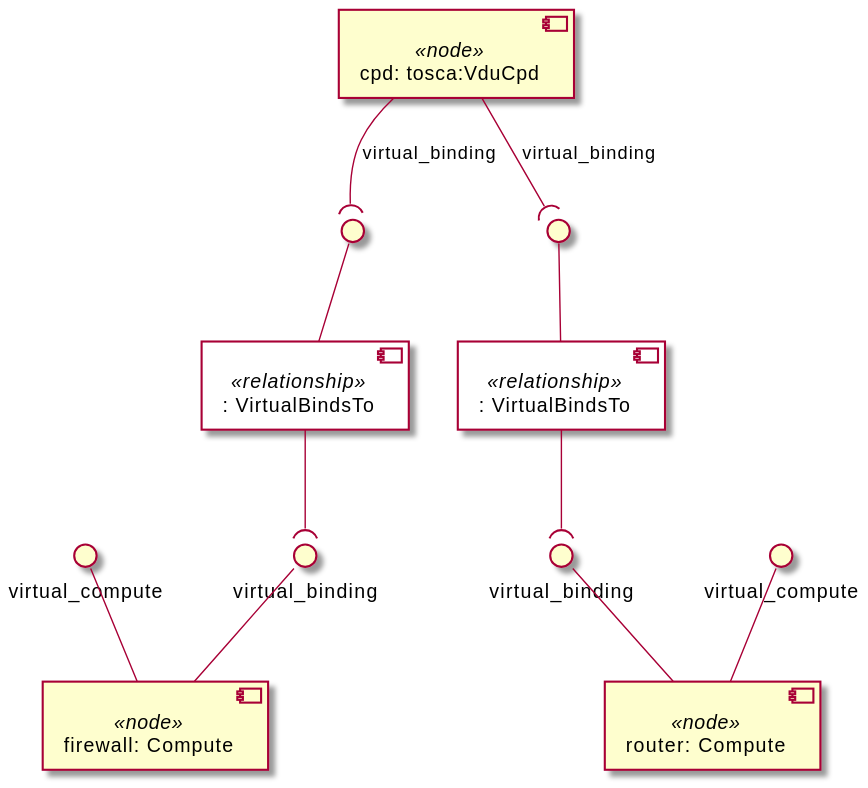
The PlantUML diagram examples/tosca-community-contributions/diagrams/uml2/examples-1.2-simple-for-nfv-simple-for-nfv-uml2-component-diagram2.svg in Orange-OpenSource/Cloudnet-TOSCA-toolbox, before a commit.
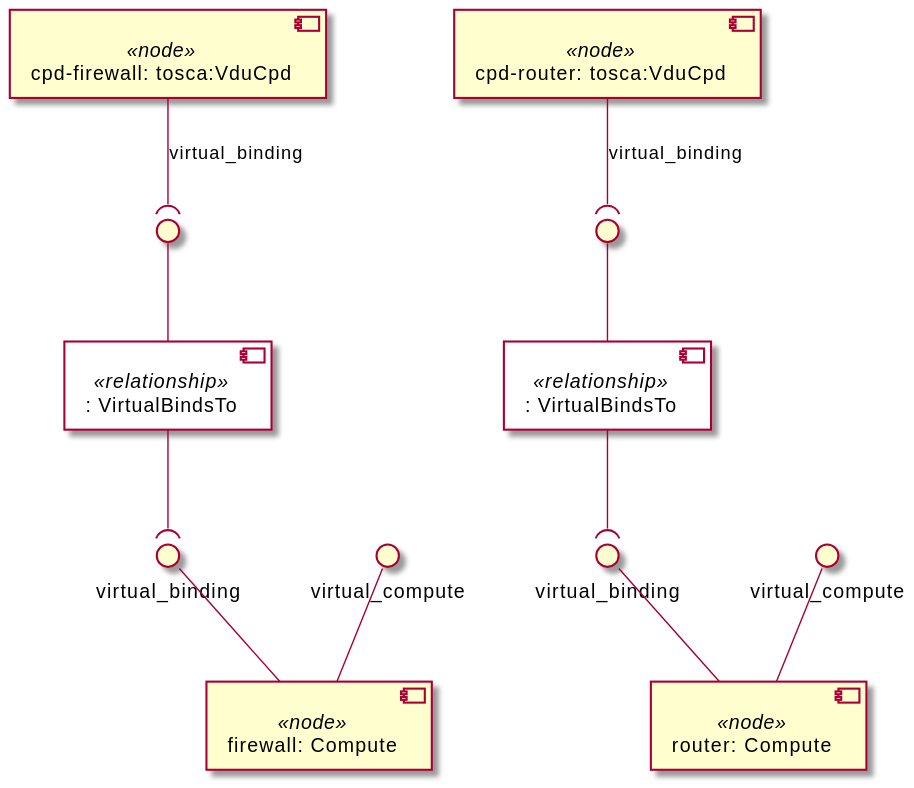
After the change.

The edit, as a diff of the source:
```diff
@@ -4,15 +4,17 @@
   backgroundColor<<relationship>> White
 }
 
-component "cpd: tosca:VduCpd" <<node>> as node_cpd
-component ": VirtualBindsTo" <<relationship>> as node_cpd_virtual_binding_relationship0
-interface " " as node_cpd_virtual_binding_relationship0_source
-node_cpd_virtual_binding_relationship0_source -- node_cpd_virtual_binding_relationship0
-node_cpd --( node_cpd_virtual_binding_relationship0_source : virtual_binding
-component ": VirtualBindsTo" <<relationship>> as node_cpd_virtual_binding_relationship1
-interface " " as node_cpd_virtual_binding_relationship1_source
-node_cpd_virtual_binding_relationship1_source -- node_cpd_virtual_binding_relationship1
-node_cpd --( node_cpd_virtual_binding_relationship1_source : virtual_binding
+component "cpd-firewall: tosca:VduCpd" <<node>> as node_cpd_firewall
+component ": VirtualBindsTo" <<relationship>> as node_cpd_firewall_virtual_binding_relationship0
+interface " " as node_cpd_firewall_virtual_binding_relationship0_source
+node_cpd_firewall_virtual_binding_relationship0_source -- node_cpd_firewall_virtual_binding_relationship0
+node_cpd_firewall --( node_cpd_firewall_virtual_binding_relationship0_source : virtual_binding
+
+component "cpd-router: tosca:VduCpd" <<node>> as node_cpd_router
+component ": VirtualBindsTo" <<relationship>> as node_cpd_router_virtual_binding_relationship0
+interface " " as node_cpd_router_virtual_binding_relationship0_source
+node_cpd_router_virtual_binding_relationship0_source -- node_cpd_router_virtual_binding_relationship0
+node_cpd_router --( node_cpd_router_virtual_binding_relationship0_source : virtual_binding
 
 component "firewall: Compute" <<node>> as node_firewall
 interface "virtual_binding" as node_firewall_virtual_binding
@@ -26,6 +28,6 @@
 interface "virtual_compute" as node_router_virtual_compute
 node_router_virtual_compute -- node_router
 
-node_cpd_virtual_binding_relationship0 --( node_firewall_virtual_binding
-node_cpd_virtual_binding_relationship1 --( node_router_virtual_binding
+node_cpd_firewall_virtual_binding_relationship0 --( node_firewall_virtual_binding
+node_cpd_router_virtual_binding_relationship0 --( node_router_virtual_binding
 @enduml
```
